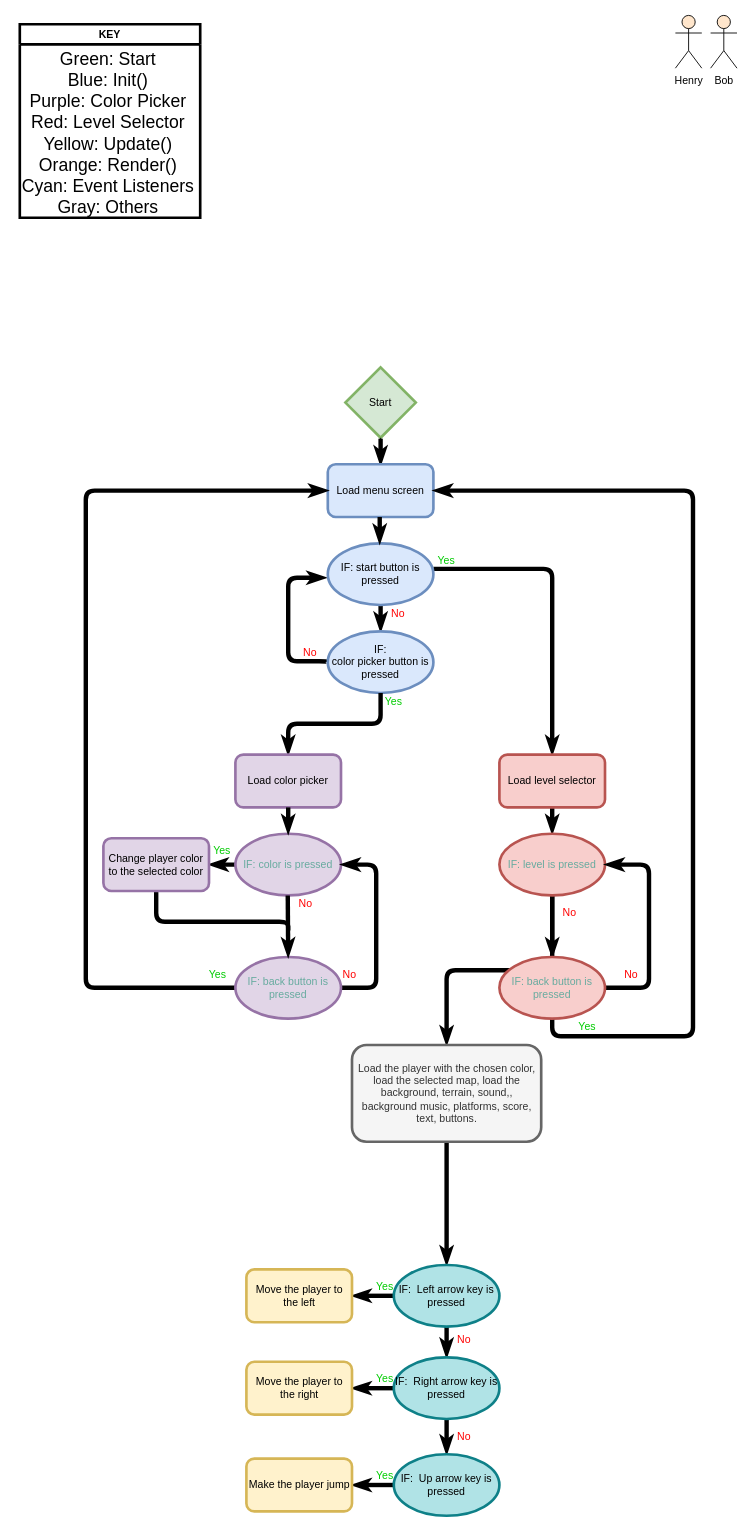
The draw.io diagram adventurePark.drawio in santinx07/adventurePark, before the edit. Source tidied: cells renumbered, new cells numbered last; positions are measured from the earlier drawing's top-left corner, leaving out a move shared by most shapes. Both pictures are drawn from the tidied source at 88%, with x=0, y=0 at pixel (15, 15).
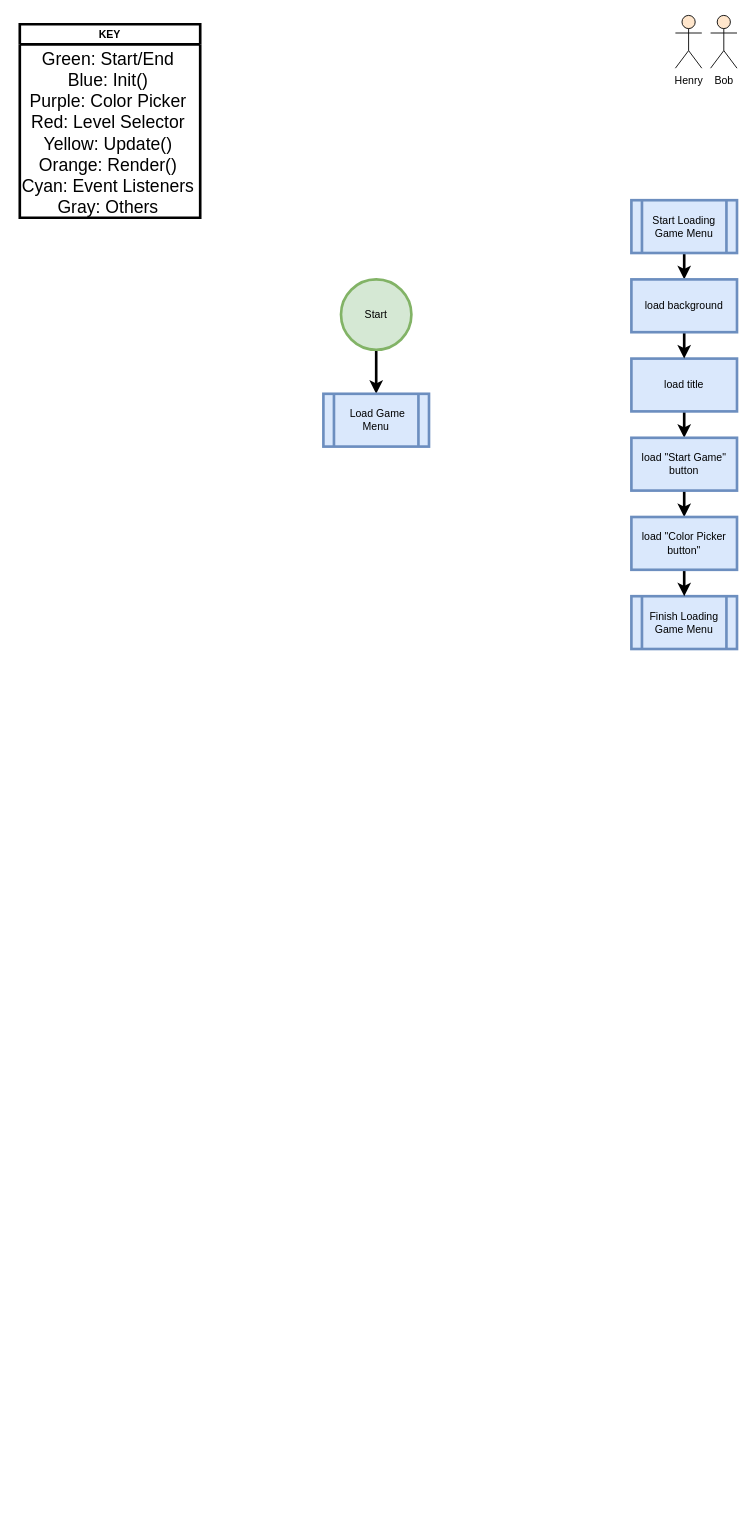
Above is the later version.

Unchanged cells that the change refers to:
```xml
<mxCell id="3" value="KEY" style="swimlane;strokeWidth=3;" parent="1" vertex="1">
  <mxGeometry x="5" y="10" width="205" height="220" as="geometry" />
</mxCell>
```

Diff of the diagram source:
```diff
@@
-    <mxCell id="2" value="Start" style="rhombus;whiteSpace=wrap;html=1;fillColor=#d5e8d4;strokeColor=#82b366;strokeWidth=3;" parent="1" vertex="1">
-      <mxGeometry x="375" y="400" width="80" height="80" as="geometry" />
-    </mxCell>
@@
-    <mxCell id="4" value="&lt;font style=&quot;font-size: 20px&quot;&gt;Green: Start&lt;br&gt;Blue: Init()&lt;br&gt;Purple: Color Picker&lt;br&gt;Red: Level Selector&lt;br&gt;Yellow: Update()&lt;br&gt;Orange: Render()&lt;br&gt;Cyan: Event Listeners&lt;br&gt;Gray: Others&lt;br&gt;&lt;br&gt;&lt;/font&gt;" style="text;html=1;align=center;verticalAlign=middle;strokeColor=none;fillColor=none;" parent="3" vertex="1">
+    <mxCell id="4" value="&lt;font style=&quot;font-size: 20px&quot;&gt;Green: Start/End&lt;br&gt;Blue: Init()&lt;br&gt;Purple: Color Picker&lt;br&gt;Red: Level Selector&lt;br&gt;Yellow: Update()&lt;br&gt;Orange: Render()&lt;br&gt;Cyan: Event Listeners&lt;br&gt;Gray: Others&lt;br&gt;&lt;br&gt;&lt;/font&gt;" style="text;html=1;align=center;verticalAlign=middle;strokeColor=none;fillColor=none;" parent="3" vertex="1">
       <mxGeometry x="-5" y="60" width="210" height="150" as="geometry" />
     </mxCell>
-    <mxCell id="5" style="endArrow=none;html=1;strokeColor=#000000;strokeWidth=5;entryX=1;entryY=0.5;entryDx=0;entryDy=0;edgeStyle=orthogonalEdgeStyle;endFill=0;startArrow=classicThin;startFill=1;exitX=0.5;exitY=0;exitDx=0;exitDy=0;" parent="1" edge="1" source="21">
-      <mxGeometry relative="1" as="geometry">
-        <mxPoint x="475" y="629" as="targetPoint" />
-        <Array as="points">
-          <mxPoint x="610" y="840" />
-          <mxPoint x="610" y="629" />
-        </Array>
-      </mxGeometry>
-    </mxCell>
-    <mxCell id="6" style="endArrow=none;html=1;entryX=0.5;entryY=1;entryDx=0;entryDy=0;strokeWidth=5;endFill=0;startArrow=classicThin;startFill=1;" parent="1" edge="1">
-      <mxGeometry relative="1" as="geometry">
-        <mxPoint x="415" y="700" as="sourcePoint" />
-        <mxPoint x="415" y="660" as="targetPoint" />
-      </mxGeometry>
-    </mxCell>
-    <mxCell id="7" style="endArrow=classicThin;html=1;strokeWidth=5;startArrow=none;startFill=0;endFill=1;exitX=0;exitY=0.5;exitDx=0;exitDy=0;edgeStyle=orthogonalEdgeStyle;" parent="1" edge="1" source="12">
-      <mxGeometry relative="1" as="geometry">
-        <mxPoint x="353" y="639" as="targetPoint" />
-        <Array as="points">
-          <mxPoint x="310" y="734" />
-          <mxPoint x="310" y="639" />
-          <mxPoint x="353" y="639" />
-        </Array>
-      </mxGeometry>
-    </mxCell>
-    <mxCell id="8" value="&lt;font color=&quot;#ff0000&quot;&gt;No&lt;/font&gt;" style="text;html=1;strokeColor=none;fillColor=none;align=center;verticalAlign=middle;whiteSpace=wrap;rounded=0;" parent="1" vertex="1">
-      <mxGeometry x="315" y="715" width="40" height="20" as="geometry" />
-    </mxCell>
-    <mxCell id="9" value="&lt;font color=&quot;#ff0000&quot;&gt;No&lt;/font&gt;" style="text;html=1;strokeColor=none;fillColor=none;align=center;verticalAlign=middle;whiteSpace=wrap;rounded=0;" parent="1" vertex="1">
-      <mxGeometry x="415" y="670" width="40" height="20" as="geometry" />
-    </mxCell>
-    <mxCell id="10" value="&lt;span&gt;IF: start button is pressed&lt;/span&gt;" style="ellipse;whiteSpace=wrap;html=1;fillColor=#dae8fc;strokeColor=#6c8ebf;strokeWidth=3;" parent="1" vertex="1">
-      <mxGeometry x="355" y="600" width="120" height="70" as="geometry" />
-    </mxCell>
-    <mxCell id="11" style="endArrow=none;html=1;entryX=0.5;entryY=1;entryDx=0;entryDy=0;strokeWidth=5;startArrow=classicThin;startFill=1;" parent="1" edge="1">
-      <mxGeometry relative="1" as="geometry">
-        <mxPoint x="415" y="511" as="sourcePoint" />
-        <mxPoint x="415" y="481" as="targetPoint" />
-      </mxGeometry>
-    </mxCell>
-    <mxCell id="12" value="&lt;span&gt;IF: &lt;br&gt;color picker button is pressed&lt;/span&gt;" style="ellipse;whiteSpace=wrap;html=1;fillColor=#dae8fc;strokeColor=#6c8ebf;strokeWidth=3;" parent="1" vertex="1">
-      <mxGeometry x="355" y="700" width="120" height="70" as="geometry" />
-    </mxCell>
-    <mxCell id="13" style="endArrow=classicThin;html=1;strokeWidth=5;exitX=0.5;exitY=1;exitDx=0;exitDy=0;endFill=1;edgeStyle=orthogonalEdgeStyle;" parent="1" edge="1" source="12" target="14">
-      <mxGeometry relative="1" as="geometry" />
-    </mxCell>
-    <mxCell id="14" value="Load color picker" style="rounded=1;whiteSpace=wrap;html=1;fillColor=#e1d5e7;strokeColor=#9673a6;strokeWidth=3;" parent="1" vertex="1">
-      <mxGeometry x="250" y="840" width="120" height="60" as="geometry" />
-    </mxCell>
-    <mxCell id="15" value="&lt;font color=&quot;#00cc00&quot;&gt;Yes&lt;/font&gt;" style="text;html=1;strokeColor=none;fillColor=none;align=center;verticalAlign=middle;whiteSpace=wrap;rounded=0;" parent="1" vertex="1">
-      <mxGeometry x="470" y="610" width="40" height="20" as="geometry" />
-    </mxCell>
-    <mxCell id="16" value="&lt;font color=&quot;#00cc00&quot;&gt;Yes&lt;/font&gt;" style="text;html=1;strokeColor=none;fillColor=none;align=center;verticalAlign=middle;whiteSpace=wrap;rounded=0;" parent="1" vertex="1">
-      <mxGeometry x="410" y="770" width="40" height="20" as="geometry" />
-    </mxCell>
-    <mxCell id="17" style="edgeStyle=orthogonalEdgeStyle;rounded=0;jettySize=auto;html=1;startArrow=classicThin;startFill=1;endArrow=none;endFill=0;" parent="1" edge="1" source="18" target="2">
-      <mxGeometry relative="1" as="geometry" />
-    </mxCell>
-    <mxCell id="18" value="Load menu screen" style="rounded=1;whiteSpace=wrap;html=1;fillColor=#dae8fc;strokeColor=#6c8ebf;strokeWidth=3;" parent="1" vertex="1">
-      <mxGeometry x="355" y="510" width="120" height="60" as="geometry" />
-    </mxCell>
-    <mxCell id="19" style="edgeStyle=orthogonalEdgeStyle;rounded=0;orthogonalLoop=1;jettySize=auto;html=1;startArrow=classicThin;startFill=1;endArrow=none;endFill=0;strokeWidth=5;" parent="1" edge="1">
-      <mxGeometry relative="1" as="geometry">
-        <mxPoint x="414" y="600" as="sourcePoint" />
-        <mxPoint x="414" y="570" as="targetPoint" />
-      </mxGeometry>
-    </mxCell>
-    <mxCell id="20" style="edgeStyle=orthogonalEdgeStyle;rounded=0;jettySize=auto;html=1;entryX=0.5;entryY=0;entryDx=0;entryDy=0;endArrow=classicThin;endFill=1;strokeWidth=5;" parent="1" edge="1" source="21" target="40">
-      <mxGeometry relative="1" as="geometry" />
-    </mxCell>
-    <mxCell id="21" value="Load level selector" style="rounded=1;whiteSpace=wrap;html=1;strokeWidth=3;fillColor=#f8cecc;strokeColor=#b85450;" parent="1" vertex="1">
-      <mxGeometry x="550" y="840" width="120" height="60" as="geometry" />
-    </mxCell>
-    <mxCell id="22" style="edgeStyle=orthogonalEdgeStyle;rounded=0;jettySize=auto;html=1;endArrow=classicThin;endFill=1;strokeWidth=5;" parent="1" edge="1" source="23" target="28">
-      <mxGeometry relative="1" as="geometry" />
-    </mxCell>
-    <mxCell id="23" value="&lt;span&gt;&lt;font color=&quot;#67ab9f&quot;&gt;IF: color is pressed&lt;/font&gt;&lt;br&gt;&lt;/span&gt;" style="ellipse;whiteSpace=wrap;html=1;fillColor=#e1d5e7;strokeColor=#9673a6;strokeWidth=3;" parent="1" vertex="1">
-      <mxGeometry x="250" y="930" width="120" height="70" as="geometry" />
-    </mxCell>
-    <mxCell id="24" style="endArrow=none;html=1;entryX=0.5;entryY=1;entryDx=0;entryDy=0;exitX=0.5;exitY=0;exitDx=0;exitDy=0;startArrow=classicThin;startFill=1;strokeWidth=5;" parent="1" edge="1" source="23" target="14">
-      <mxGeometry relative="1" as="geometry" />
-    </mxCell>
@@
-    <mxCell id="26" value="&lt;font color=&quot;#00cc00&quot;&gt;Yes&lt;/font&gt;" style="text;html=1;strokeColor=none;fillColor=none;align=center;verticalAlign=middle;whiteSpace=wrap;rounded=0;" parent="1" vertex="1">
-      <mxGeometry x="215" y="940" width="40" height="20" as="geometry" />
-    </mxCell>
-    <mxCell id="27" style="edgeStyle=orthogonalEdgeStyle;rounded=1;jettySize=auto;html=1;strokeWidth=5;endArrow=none;endFill=0;" parent="1" edge="1" source="28">
-      <mxGeometry relative="1" as="geometry">
-        <mxPoint x="310" y="1040" as="targetPoint" />
-        <Array as="points">
-          <mxPoint x="160" y="1030" />
-          <mxPoint x="310" y="1030" />
-        </Array>
-      </mxGeometry>
-    </mxCell>
-    <mxCell id="28" value="&lt;span&gt;Change player color to the selected color&lt;/span&gt;" style="rounded=1;whiteSpace=wrap;html=1;strokeWidth=3;fillColor=#e1d5e7;strokeColor=#9673a6;" parent="1" vertex="1">
-      <mxGeometry x="100" y="935" width="120" height="60" as="geometry" />
-    </mxCell>
@@
-    <mxCell id="30" style="edgeStyle=orthogonalEdgeStyle;rounded=1;jettySize=auto;html=1;entryX=1;entryY=0.5;entryDx=0;entryDy=0;endArrow=classicThin;endFill=1;strokeWidth=5;exitX=1;exitY=0.5;exitDx=0;exitDy=0;" parent="1" edge="1" source="32" target="23">
-      <mxGeometry relative="1" as="geometry">
-        <Array as="points">
-          <mxPoint x="410" y="1105" />
-          <mxPoint x="410" y="965" />
-        </Array>
-      </mxGeometry>
-    </mxCell>
-    <mxCell id="31" style="edgeStyle=orthogonalEdgeStyle;rounded=1;jettySize=auto;html=1;endArrow=classicThin;endFill=1;strokeWidth=5;entryX=0;entryY=0.5;entryDx=0;entryDy=0;exitX=0;exitY=0.5;exitDx=0;exitDy=0;" parent="1" edge="1" source="32" target="18">
-      <mxGeometry relative="1" as="geometry">
-        <Array as="points">
-          <mxPoint x="80" y="1105" />
-          <mxPoint x="80" y="540" />
-        </Array>
-      </mxGeometry>
-    </mxCell>
-    <mxCell id="32" value="&lt;span&gt;&lt;font color=&quot;#67ab9f&quot;&gt;IF: back button is pressed&lt;/font&gt;&lt;br&gt;&lt;/span&gt;" style="ellipse;whiteSpace=wrap;html=1;fillColor=#e1d5e7;strokeColor=#9673a6;strokeWidth=3;" parent="1" vertex="1">
-      <mxGeometry x="250" y="1070" width="120" height="70" as="geometry" />
-    </mxCell>
-    <mxCell id="33" style="endArrow=none;html=1;entryX=0.5;entryY=1;entryDx=0;entryDy=0;exitX=0.5;exitY=0;exitDx=0;exitDy=0;startArrow=classicThin;startFill=1;strokeWidth=5;" parent="1" edge="1" source="32">
-      <mxGeometry relative="1" as="geometry">
-        <mxPoint x="309.5" y="1000" as="targetPoint" />
-      </mxGeometry>
-    </mxCell>
-    <mxCell id="34" value="&lt;font color=&quot;#ff0000&quot;&gt;No&lt;/font&gt;" style="text;html=1;strokeColor=none;fillColor=none;align=center;verticalAlign=middle;whiteSpace=wrap;rounded=0;" parent="1" vertex="1">
-      <mxGeometry x="310" y="1000" width="40" height="20" as="geometry" />
-    </mxCell>
-    <mxCell id="35" value="&lt;font color=&quot;#ff0000&quot;&gt;No&lt;/font&gt;" style="text;html=1;strokeColor=none;fillColor=none;align=center;verticalAlign=middle;whiteSpace=wrap;rounded=0;" parent="1" vertex="1">
-      <mxGeometry x="360" y="1080" width="40" height="20" as="geometry" />
-    </mxCell>
-    <mxCell id="36" value="&lt;font color=&quot;#00cc00&quot;&gt;Yes&lt;/font&gt;" style="text;html=1;strokeColor=none;fillColor=none;align=center;verticalAlign=middle;whiteSpace=wrap;rounded=0;" parent="1" vertex="1">
-      <mxGeometry x="210" y="1080" width="40" height="20" as="geometry" />
-    </mxCell>
@@
-    <mxCell id="38" style="edgeStyle=orthogonalEdgeStyle;rounded=0;jettySize=auto;html=1;strokeWidth=5;endArrow=classicThin;endFill=1;" parent="1" edge="1" source="40" target="43">
-      <mxGeometry relative="1" as="geometry" />
-    </mxCell>
-    <mxCell id="39" style="edgeStyle=orthogonalEdgeStyle;rounded=1;jettySize=auto;html=1;entryX=0.5;entryY=0;entryDx=0;entryDy=0;strokeWidth=5;endArrow=classicThin;endFill=1;" parent="1" edge="1" source="40" target="48">
-      <mxGeometry relative="1" as="geometry" />
-    </mxCell>
-    <mxCell id="40" value="&lt;span&gt;&lt;font color=&quot;#67ab9f&quot;&gt;IF: level is pressed&lt;/font&gt;&lt;br&gt;&lt;/span&gt;" style="ellipse;whiteSpace=wrap;html=1;fillColor=#f8cecc;strokeColor=#b85450;strokeWidth=3;" parent="1" vertex="1">
-      <mxGeometry x="550" y="930" width="120" height="70" as="geometry" />
-    </mxCell>
-    <mxCell id="41" style="edgeStyle=orthogonalEdgeStyle;rounded=1;jettySize=auto;html=1;entryX=1;entryY=0.5;entryDx=0;entryDy=0;endArrow=classicThin;endFill=1;strokeColor=#000000;strokeWidth=5;exitX=0.5;exitY=1;exitDx=0;exitDy=0;" parent="1" edge="1" source="43" target="18">
-      <mxGeometry relative="1" as="geometry">
-        <Array as="points">
-          <mxPoint x="610" y="1160" />
-          <mxPoint x="770" y="1160" />
-          <mxPoint x="770" y="540" />
-        </Array>
-      </mxGeometry>
-    </mxCell>
-    <mxCell id="42" style="edgeStyle=orthogonalEdgeStyle;rounded=1;jettySize=auto;html=1;exitX=1;exitY=0.5;exitDx=0;exitDy=0;entryX=1;entryY=0.5;entryDx=0;entryDy=0;endArrow=classicThin;endFill=1;strokeColor=#000000;strokeWidth=5;" parent="1" edge="1" source="43" target="40">
-      <mxGeometry relative="1" as="geometry">
-        <Array as="points">
-          <mxPoint x="720" y="1105" />
-          <mxPoint x="720" y="965" />
-        </Array>
-      </mxGeometry>
-    </mxCell>
-    <mxCell id="43" value="&lt;span&gt;&lt;font color=&quot;#67ab9f&quot;&gt;IF: back button is pressed&lt;/font&gt;&lt;br&gt;&lt;/span&gt;" style="ellipse;whiteSpace=wrap;html=1;fillColor=#f8cecc;strokeColor=#b85450;strokeWidth=3;" parent="1" vertex="1">
-      <mxGeometry x="550" y="1070" width="120" height="70" as="geometry" />
-    </mxCell>
-    <mxCell id="44" value="&lt;font color=&quot;#ff0000&quot;&gt;No&lt;/font&gt;" style="text;html=1;strokeColor=none;fillColor=none;align=center;verticalAlign=middle;whiteSpace=wrap;rounded=0;" parent="1" vertex="1">
-      <mxGeometry x="680" y="1080" width="40" height="20" as="geometry" />
-    </mxCell>
-    <mxCell id="45" value="&lt;font color=&quot;#00cc00&quot;&gt;Yes&lt;/font&gt;" style="text;html=1;strokeColor=none;fillColor=none;align=center;verticalAlign=middle;whiteSpace=wrap;rounded=0;" parent="1" vertex="1">
-      <mxGeometry x="630" y="1140" width="40" height="20" as="geometry" />
-    </mxCell>
-    <mxCell id="46" value="&lt;font color=&quot;#ff0000&quot;&gt;No&lt;/font&gt;" style="text;html=1;strokeColor=none;fillColor=none;align=center;verticalAlign=middle;whiteSpace=wrap;rounded=0;" parent="1" vertex="1">
-      <mxGeometry x="610" y="1010" width="40" height="20" as="geometry" />
-    </mxCell>
-    <mxCell id="47" style="edgeStyle=orthogonalEdgeStyle;rounded=1;jettySize=auto;html=1;entryX=0.5;entryY=0;entryDx=0;entryDy=0;endArrow=classicThin;endFill=1;strokeWidth=5;" parent="1" edge="1" source="48" target="51">
-      <mxGeometry relative="1" as="geometry" />
-    </mxCell>
-    <mxCell id="48" value="Load the player with the chosen color, load the selected map, load the background, terrain, sound,, background music, platforms, score, text, buttons." style="rounded=1;whiteSpace=wrap;html=1;fillColor=#f5f5f5;strokeColor=#666666;fontColor=#333333;strokeWidth=3;" parent="1" vertex="1">
-      <mxGeometry x="382.5" y="1170" width="215" height="110" as="geometry" />
-    </mxCell>
-    <mxCell id="49" style="edgeStyle=orthogonalEdgeStyle;rounded=1;jettySize=auto;html=1;strokeWidth=5;endArrow=classicThin;endFill=1;" parent="1" edge="1" source="51" target="52">
-      <mxGeometry relative="1" as="geometry" />
-    </mxCell>
-    <mxCell id="50" style="edgeStyle=orthogonalEdgeStyle;rounded=1;jettySize=auto;html=1;exitX=0.5;exitY=1;exitDx=0;exitDy=0;entryX=0.5;entryY=0;entryDx=0;entryDy=0;endArrow=classicThin;endFill=1;strokeWidth=5;" parent="1" edge="1" source="51" target="56">
-      <mxGeometry relative="1" as="geometry" />
-    </mxCell>
-    <mxCell id="51" value="&lt;span&gt;IF:&amp;nbsp; Left arrow key is pressed&lt;br&gt;&lt;/span&gt;" style="ellipse;whiteSpace=wrap;html=1;fillColor=#b0e3e6;strokeColor=#0e8088;strokeWidth=3;" parent="1" vertex="1">
-      <mxGeometry x="430" y="1420" width="120" height="70" as="geometry" />
-    </mxCell>
-    <mxCell id="52" value="Move the player to the left" style="rounded=1;whiteSpace=wrap;html=1;fillColor=#fff2cc;strokeColor=#d6b656;strokeWidth=3;" parent="1" vertex="1">
-      <mxGeometry x="262.5" y="1425" width="120" height="60" as="geometry" />
-    </mxCell>
-    <mxCell id="53" value="&lt;font color=&quot;#00cc00&quot;&gt;Yes&lt;/font&gt;" style="text;html=1;strokeColor=none;fillColor=none;align=center;verticalAlign=middle;whiteSpace=wrap;rounded=0;" parent="1" vertex="1">
-      <mxGeometry x="400" y="1435" width="40" height="20" as="geometry" />
-    </mxCell>
-    <mxCell id="54" style="edgeStyle=orthogonalEdgeStyle;rounded=1;jettySize=auto;html=1;strokeWidth=5;endArrow=classicThin;endFill=1;" parent="1" edge="1" source="56" target="57">
-      <mxGeometry relative="1" as="geometry" />
-    </mxCell>
-    <mxCell id="55" style="edgeStyle=orthogonalEdgeStyle;rounded=1;jettySize=auto;html=1;entryX=0.5;entryY=0;entryDx=0;entryDy=0;endArrow=classicThin;endFill=1;strokeWidth=5;" parent="1" edge="1" source="56" target="60">
-      <mxGeometry relative="1" as="geometry" />
-    </mxCell>
-    <mxCell id="56" value="&lt;span&gt;IF:&amp;nbsp; Right arrow key is pressed&lt;br&gt;&lt;/span&gt;" style="ellipse;whiteSpace=wrap;html=1;fillColor=#b0e3e6;strokeColor=#0e8088;strokeWidth=3;" parent="1" vertex="1">
-      <mxGeometry x="430" y="1525" width="120" height="70" as="geometry" />
-    </mxCell>
-    <mxCell id="57" value="Move the player to the right" style="rounded=1;whiteSpace=wrap;html=1;fillColor=#fff2cc;strokeColor=#d6b656;strokeWidth=3;" parent="1" vertex="1">
-      <mxGeometry x="262.5" y="1530" width="120" height="60" as="geometry" />
-    </mxCell>
-    <mxCell id="58" value="&lt;font color=&quot;#00cc00&quot;&gt;Yes&lt;/font&gt;" style="text;html=1;strokeColor=none;fillColor=none;align=center;verticalAlign=middle;whiteSpace=wrap;rounded=0;" parent="1" vertex="1">
-      <mxGeometry x="400" y="1540" width="40" height="20" as="geometry" />
-    </mxCell>
-    <mxCell id="59" style="edgeStyle=orthogonalEdgeStyle;rounded=1;jettySize=auto;html=1;strokeWidth=5;endArrow=classicThin;endFill=1;" parent="1" edge="1" source="60" target="61">
-      <mxGeometry relative="1" as="geometry" />
-    </mxCell>
-    <mxCell id="60" value="&lt;span&gt;IF:&amp;nbsp; Up arrow key is pressed&lt;br&gt;&lt;/span&gt;" style="ellipse;whiteSpace=wrap;html=1;fillColor=#b0e3e6;strokeColor=#0e8088;strokeWidth=3;" parent="1" vertex="1">
-      <mxGeometry x="430" y="1635" width="120" height="70" as="geometry" />
-    </mxCell>
-    <mxCell id="61" value="Make the player jump" style="rounded=1;whiteSpace=wrap;html=1;fillColor=#fff2cc;strokeColor=#d6b656;strokeWidth=3;" parent="1" vertex="1">
-      <mxGeometry x="262.5" y="1640" width="120" height="60" as="geometry" />
-    </mxCell>
-    <mxCell id="62" value="&lt;font color=&quot;#00cc00&quot;&gt;Yes&lt;/font&gt;" style="text;html=1;strokeColor=none;fillColor=none;align=center;verticalAlign=middle;whiteSpace=wrap;rounded=0;" parent="1" vertex="1">
-      <mxGeometry x="400" y="1650" width="40" height="20" as="geometry" />
-    </mxCell>
-    <mxCell id="63" value="&lt;font color=&quot;#ff0000&quot;&gt;No&lt;/font&gt;" style="text;html=1;strokeColor=none;fillColor=none;align=center;verticalAlign=middle;whiteSpace=wrap;rounded=0;" parent="1" vertex="1">
-      <mxGeometry x="490" y="1495" width="40" height="20" as="geometry" />
-    </mxCell>
-    <mxCell id="64" value="&lt;font color=&quot;#ff0000&quot;&gt;No&lt;/font&gt;" style="text;html=1;strokeColor=none;fillColor=none;align=center;verticalAlign=middle;whiteSpace=wrap;rounded=0;" parent="1" vertex="1">
-      <mxGeometry x="490" y="1605" width="40" height="20" as="geometry" />
-    </mxCell>
+    <mxCell id="65" style="edgeStyle=orthogonalEdgeStyle;rounded=1;jettySize=auto;html=1;entryX=0.5;entryY=0;entryDx=0;entryDy=0;strokeWidth=3;" parent="1" edge="1" source="2" target="66">
+      <mxGeometry relative="1" as="geometry" />
+    </mxCell>
+    <mxCell id="2" value="Start" style="ellipse;whiteSpace=wrap;html=1;strokeWidth=3;fillColor=#d5e8d4;strokeColor=#82b366;" parent="1" vertex="1">
+      <mxGeometry x="370" y="300" width="80" height="80" as="geometry" />
+    </mxCell>
+    <mxCell id="66" value="&amp;nbsp;Load Game Menu" style="shape=process;whiteSpace=wrap;html=1;backgroundOutline=1;strokeWidth=3;fillColor=#dae8fc;strokeColor=#6c8ebf;" parent="1" vertex="1">
+      <mxGeometry x="350" y="430" width="120" height="60" as="geometry" />
+    </mxCell>
+    <mxCell id="67" style="edgeStyle=orthogonalEdgeStyle;rounded=1;jettySize=auto;html=1;entryX=0.5;entryY=0;entryDx=0;entryDy=0;strokeWidth=3;" parent="1" edge="1" source="68" target="77">
+      <mxGeometry relative="1" as="geometry" />
+    </mxCell>
+    <mxCell id="68" value="Start Loading Game Menu" style="shape=process;whiteSpace=wrap;html=1;backgroundOutline=1;strokeWidth=3;fillColor=#dae8fc;strokeColor=#6c8ebf;" parent="1" vertex="1">
+      <mxGeometry x="700" y="210" width="120" height="60" as="geometry" />
+    </mxCell>
+    <mxCell id="69" value="Finish Loading Game Menu" style="shape=process;whiteSpace=wrap;html=1;backgroundOutline=1;strokeWidth=3;fillColor=#dae8fc;strokeColor=#6c8ebf;" parent="1" vertex="1">
+      <mxGeometry x="700" y="660" width="120" height="60" as="geometry" />
+    </mxCell>
+    <mxCell id="70" style="edgeStyle=orthogonalEdgeStyle;rounded=1;jettySize=auto;html=1;entryX=0.5;entryY=0;entryDx=0;entryDy=0;strokeWidth=3;" parent="1" edge="1" source="71" target="73">
+      <mxGeometry relative="1" as="geometry" />
+    </mxCell>
+    <mxCell id="71" value="load title" style="rounded=0;whiteSpace=wrap;html=1;strokeWidth=3;fillColor=#dae8fc;strokeColor=#6c8ebf;" parent="1" vertex="1">
+      <mxGeometry x="700" y="390" width="120" height="60" as="geometry" />
+    </mxCell>
+    <mxCell id="72" style="edgeStyle=orthogonalEdgeStyle;rounded=1;jettySize=auto;html=1;exitX=0.5;exitY=1;exitDx=0;exitDy=0;entryX=0.5;entryY=0;entryDx=0;entryDy=0;strokeWidth=3;" parent="1" edge="1" source="73" target="75">
+      <mxGeometry relative="1" as="geometry" />
+    </mxCell>
+    <mxCell id="73" value="load &quot;Start Game&quot; button" style="rounded=0;whiteSpace=wrap;html=1;strokeWidth=3;fillColor=#dae8fc;strokeColor=#6c8ebf;" parent="1" vertex="1">
+      <mxGeometry x="700" y="480" width="120" height="60" as="geometry" />
+    </mxCell>
+    <mxCell id="74" style="edgeStyle=orthogonalEdgeStyle;rounded=1;jettySize=auto;html=1;exitX=0.5;exitY=1;exitDx=0;exitDy=0;entryX=0.5;entryY=0;entryDx=0;entryDy=0;strokeWidth=3;" parent="1" edge="1" source="75" target="69">
+      <mxGeometry relative="1" as="geometry" />
+    </mxCell>
+    <mxCell id="75" value="load &quot;Color Picker button&quot;" style="rounded=0;whiteSpace=wrap;html=1;strokeWidth=3;fillColor=#dae8fc;strokeColor=#6c8ebf;" parent="1" vertex="1">
+      <mxGeometry x="700" y="570" width="120" height="60" as="geometry" />
+    </mxCell>
+    <mxCell id="76" style="edgeStyle=orthogonalEdgeStyle;rounded=1;jettySize=auto;html=1;entryX=0.5;entryY=0;entryDx=0;entryDy=0;strokeWidth=3;" parent="1" edge="1" source="77" target="71">
+      <mxGeometry relative="1" as="geometry" />
+    </mxCell>
+    <mxCell id="77" value="load background" style="rounded=0;whiteSpace=wrap;html=1;strokeWidth=3;fillColor=#dae8fc;strokeColor=#6c8ebf;" parent="1" vertex="1">
+      <mxGeometry x="700" y="300" width="120" height="60" as="geometry" />
+    </mxCell>
```
